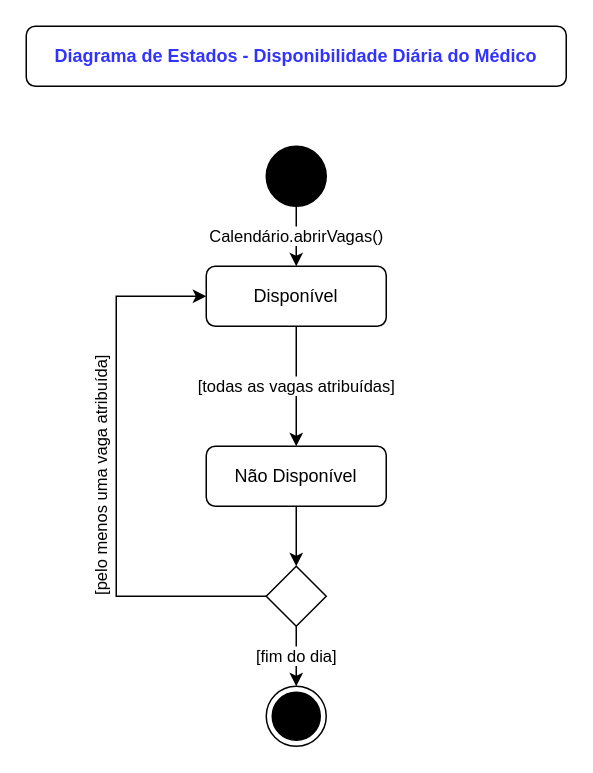
carlan92/Hospital_Management_System keeps this draw.io diagram as page "Disp. Diária do Médico" (2 of 2) of Diagramas de Estados - Médico e Vaga.drawio. Above is the earlier version. Source tidied: cells renumbered, new cells numbered last; positions are measured from the earlier drawing's top-left corner, leaving out a move shared by most shapes. Both pictures are drawn from the tidied source at 150%, with x=0, y=0 at pixel (26, 26).
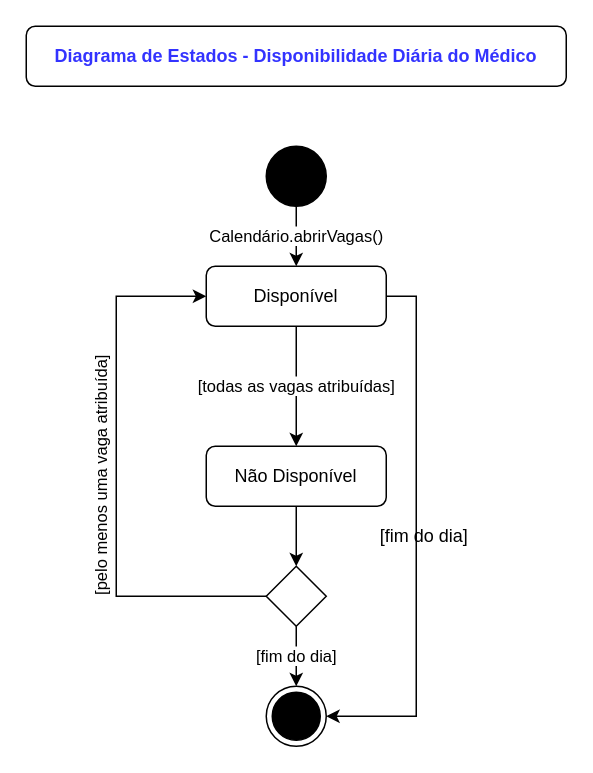
Above is the later version.

Change to the diagram source:
```diff
@@
 <mxGraphModel>
   <root>
     <mxCell id="0" />
     <mxCell id="1" parent="0" />
     <mxCell id="2" value="Diagrama de Estados - Disponibilidade Diária do Médico" style="rounded=1;whiteSpace=wrap;html=1;fontStyle=1;fontColor=#3333FF;align=center;" parent="1" vertex="1">
       <mxGeometry width="360" height="40" as="geometry" />
     </mxCell>
     <mxCell id="3" style="ellipse;html=1;shape=endState;fillColor=#000000;" parent="1" vertex="1">
       <mxGeometry x="160" y="440" width="40" height="40" as="geometry" />
     </mxCell>
     <mxCell id="4" value="Calendário.abrirVagas()" style="edgeStyle=orthogonalEdgeStyle;rounded=0;jettySize=auto;html=1;exitX=0.5;exitY=1;exitDx=0;exitDy=0;entryX=0.5;entryY=0;entryDx=0;entryDy=0;" parent="1" edge="1" source="5" target="7">
       <mxGeometry relative="1" as="geometry">
         <Array as="points">
           <mxPoint x="180" y="130" />
           <mxPoint x="180" y="130" />
         </Array>
       </mxGeometry>
     </mxCell>
     <mxCell id="5" style="ellipse;whiteSpace=wrap;html=1;strokeColor=#000000;fillColor=#000000;" parent="1" vertex="1">
       <mxGeometry x="160" y="80" width="40" height="40" as="geometry" />
     </mxCell>
     <mxCell id="6" value="[todas as vagas atribuídas]" style="edgeStyle=orthogonalEdgeStyle;rounded=0;jettySize=auto;html=1;fontColor=#000000;entryX=0.5;entryY=0;entryDx=0;entryDy=0;" parent="1" edge="1" source="7" target="10">
       <mxGeometry relative="1" as="geometry" />
     </mxCell>
+    <mxCell id="13" style="edgeStyle=orthogonalEdgeStyle;rounded=0;jettySize=auto;html=1;exitX=1;exitY=0.5;exitDx=0;exitDy=0;entryX=1;entryY=0.5;entryDx=0;entryDy=0;" parent="1" edge="1" source="7" target="3">
+      <mxGeometry relative="1" as="geometry" />
+    </mxCell>
     <mxCell id="7" value="Disponível" style="rounded=1;whiteSpace=wrap;html=1;" parent="1" vertex="1">
       <mxGeometry x="120" y="160" width="120" height="40" as="geometry" />
     </mxCell>
     <mxCell id="8" value="[fim do dia]" style="edgeStyle=orthogonalEdgeStyle;rounded=0;jettySize=auto;html=1;exitX=0.5;exitY=1;exitDx=0;exitDy=0;" parent="1" edge="1" source="11" target="3">
       <mxGeometry relative="1" as="geometry" />
     </mxCell>
     <mxCell id="9" style="edgeStyle=orthogonalEdgeStyle;rounded=0;jettySize=auto;html=1;fontColor=#000000;" parent="1" edge="1" source="10" target="11">
       <mxGeometry relative="1" as="geometry" />
     </mxCell>
     <mxCell id="10" value="Não Disponível" style="rounded=1;whiteSpace=wrap;html=1;" parent="1" vertex="1">
       <mxGeometry x="120" y="280" width="120" height="40" as="geometry" />
     </mxCell>
     <mxCell id="11" style="rhombus;whiteSpace=wrap;html=1;" parent="1" vertex="1">
       <mxGeometry x="160" y="360" width="40" height="40" as="geometry" />
     </mxCell>
     <mxCell id="12" value="[pelo menos uma vaga atribuída]" style="edgeStyle=orthogonalEdgeStyle;rounded=0;jettySize=auto;html=1;fontColor=#000000;entryX=0;entryY=0.5;entryDx=0;entryDy=0;exitX=0;exitY=0.5;exitDx=0;exitDy=0;horizontal=0;align=center;" parent="1" edge="1" source="11" target="7">
       <mxGeometry y="10" relative="1" as="geometry">
         <Array as="points">
           <mxPoint x="60" y="380" />
           <mxPoint x="60" y="180" />
         </Array>
       </mxGeometry>
     </mxCell>
+    <mxCell id="14" value="[fim do dia]" style="text;html=1;align=center;verticalAlign=middle;" parent="1" vertex="1">
+      <mxGeometry x="230" y="330" width="70" height="20" as="geometry" />
+    </mxCell>
   </root>
 </mxGraphModel>
```
